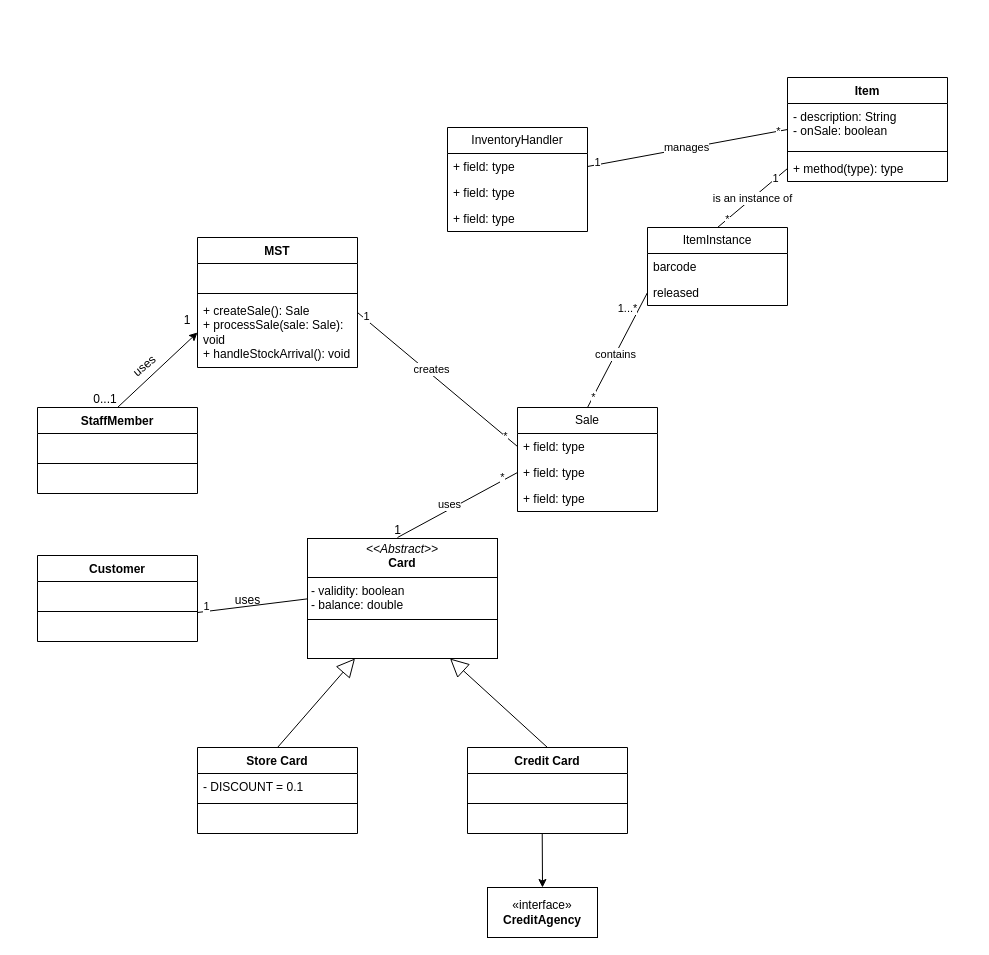
Above: page "Page-2" (2 of 2) of workshop5-week6.drawio in antonykimuom/SWEN30006-2025-SM1-workshop1-tuew05-14-00-team-12 (draw.io), before the change. Source tidied: cells renumbered, new cells numbered last; positions are measured from the earlier drawing's top-left corner, leaving out a move shared by most shapes. Both pictures are drawn from the tidied source at 100%, with x=0, y=0 at pixel (37, 77).
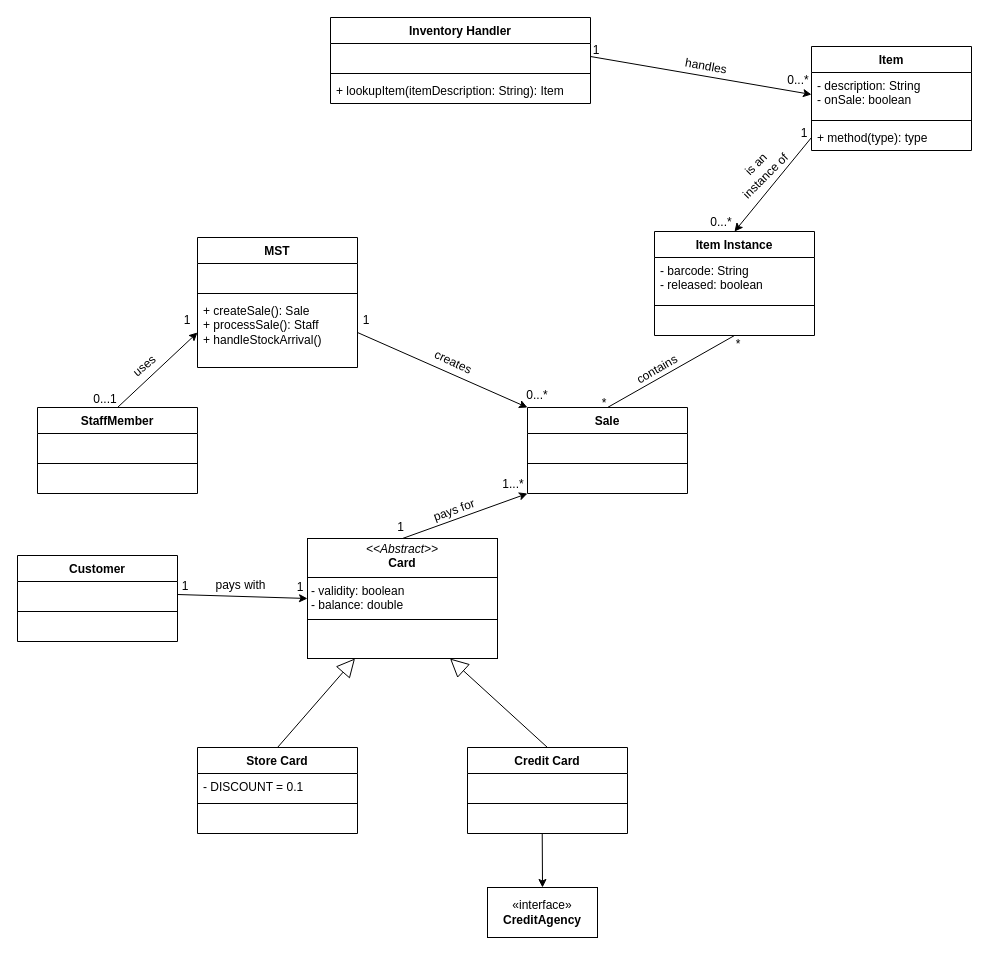
After the change.

The change refers to these unchanged cells:
```xml
<mxCell id="38" value="MST" style="swimlane;fontStyle=1;align=center;verticalAlign=top;horizontal=1;startSize=26;whiteSpace=wrap;html=1;" parent="1" vertex="1">
  <mxGeometry x="160" y="160" width="160" height="130" as="geometry" />
</mxCell>
<mxCell id="47" value="- description: String&lt;div&gt;- onSale: boolean&lt;/div&gt;" style="text;strokeColor=none;fillColor=none;align=left;verticalAlign=top;spacingLeft=4;spacingRight=4;overflow=hidden;points=[[0,0.5],[1,0.5]];portConstraint=eastwest;whiteSpace=wrap;html=1;" parent="46" vertex="1">
  <mxGeometry y="26" width="160" height="44" as="geometry" />
</mxCell>
<mxCell id="49" value="+ method(type): type" style="text;strokeColor=none;fillColor=none;align=left;verticalAlign=top;spacingLeft=4;spacingRight=4;overflow=hidden;points=[[0,0.5],[1,0.5]];portConstraint=eastwest;whiteSpace=wrap;html=1;" parent="46" vertex="1">
  <mxGeometry y="78" width="160" height="26" as="geometry" />
</mxCell>
<mxCell id="51" value="&lt;br&gt;&lt;div&gt;&lt;br&gt;&lt;/div&gt;" style="text;strokeColor=none;fillColor=none;align=left;verticalAlign=top;spacingLeft=4;spacingRight=4;overflow=hidden;points=[[0,0.5],[1,0.5]];portConstraint=eastwest;whiteSpace=wrap;html=1;" parent="50" vertex="1">
  <mxGeometry y="26" width="160" height="26" as="geometry" />
</mxCell>
<mxCell id="57" value="&lt;p style=&quot;margin:0px;margin-top:4px;text-align:center;&quot;&gt;&lt;i&gt;&amp;lt;&amp;lt;Abstract&amp;gt;&amp;gt;&lt;/i&gt;&lt;br&gt;&lt;b&gt;Card&lt;/b&gt;&lt;/p&gt;&lt;hr size=&quot;1&quot; style=&quot;border-style:solid;&quot;&gt;&lt;p style=&quot;margin:0px;margin-left:4px;&quot;&gt;- validity: boolean&lt;/p&gt;&lt;p style=&quot;margin:0px;margin-left:4px;&quot;&gt;- balance: double&lt;/p&gt;&lt;hr size=&quot;1&quot; style=&quot;border-style:solid;&quot;&gt;&lt;p style=&quot;margin:0px;margin-left:4px;&quot;&gt;&lt;br&gt;&lt;/p&gt;" style="verticalAlign=top;align=left;overflow=fill;html=1;whiteSpace=wrap;" parent="1" vertex="1">
  <mxGeometry x="270" y="461" width="190" height="120" as="geometry" />
</mxCell>
```

Diff of the diagram source:
```diff
@@
-    <mxCell id="2" value="ItemInstance" style="swimlane;fontStyle=0;horizontal=1;startSize=26;fillColor=none;whiteSpace=wrap;html=1;" parent="1" vertex="1">
-      <mxGeometry x="610" y="150" width="140" height="78" as="geometry" />
-    </mxCell>
-    <mxCell id="3" value="barcode" style="text;strokeColor=none;fillColor=none;align=left;verticalAlign=top;spacingLeft=4;spacingRight=4;overflow=hidden;whiteSpace=wrap;html=1;" parent="2" vertex="1">
-      <mxGeometry y="26" width="140" height="26" as="geometry" />
-    </mxCell>
-    <mxCell id="4" value="released" style="text;strokeColor=none;fillColor=none;align=left;verticalAlign=top;spacingLeft=4;spacingRight=4;overflow=hidden;points=[[0,0.5],[1,0.5]];portConstraint=eastwest;whiteSpace=wrap;html=1;" parent="2" vertex="1">
-      <mxGeometry y="52" width="140" height="26" as="geometry" />
-    </mxCell>
-    <mxCell id="5" value="Sale" style="swimlane;fontStyle=0;horizontal=1;startSize=26;fillColor=none;whiteSpace=wrap;html=1;" parent="1" vertex="1">
-      <mxGeometry x="480" y="330" width="140" height="104" as="geometry" />
-    </mxCell>
-    <mxCell id="6" value="+ field: type" style="text;strokeColor=none;fillColor=none;align=left;verticalAlign=top;spacingLeft=4;spacingRight=4;overflow=hidden;points=[[0,0.5],[1,0.5]];portConstraint=eastwest;whiteSpace=wrap;html=1;" parent="5" vertex="1">
-      <mxGeometry y="26" width="140" height="26" as="geometry" />
-    </mxCell>
-    <mxCell id="7" value="+ field: type" style="text;strokeColor=none;fillColor=none;align=left;verticalAlign=top;spacingLeft=4;spacingRight=4;overflow=hidden;points=[[0,0.5],[1,0.5]];portConstraint=eastwest;whiteSpace=wrap;html=1;" parent="5" vertex="1">
-      <mxGeometry y="52" width="140" height="26" as="geometry" />
-    </mxCell>
-    <mxCell id="8" value="+ field: type" style="text;strokeColor=none;fillColor=none;align=left;verticalAlign=top;spacingLeft=4;spacingRight=4;overflow=hidden;whiteSpace=wrap;html=1;" parent="5" vertex="1">
-      <mxGeometry y="78" width="140" height="26" as="geometry" />
-    </mxCell>
-    <mxCell id="9" style="endArrow=none;html=1;rounded=0;exitX=0.5;exitY=0;exitDx=0;exitDy=0;entryX=0;entryY=0.5;entryDx=0;entryDy=0;" parent="1" edge="1" target="7">
-      <mxGeometry relative="1" as="geometry">
-        <mxPoint x="360" y="460" as="sourcePoint" />
-      </mxGeometry>
-    </mxCell>
-    <mxCell id="10" value="uses" style="edgeLabel;html=1;align=center;verticalAlign=middle;" parent="9" vertex="1">
-      <mxGeometry x="-0.11" y="5" relative="1" as="geometry" />
-    </mxCell>
-    <mxCell id="11" value="*" style="edgeLabel;html=1;align=center;verticalAlign=middle;" parent="9" vertex="1">
-      <mxGeometry x="0.77" y="3" relative="1" as="geometry" />
-    </mxCell>
-    <mxCell id="12" style="endArrow=none;html=1;rounded=0;exitX=1;exitY=0.5;exitDx=0;exitDy=0;entryX=-0.007;entryY=1.269;entryDx=0;entryDy=0;entryPerimeter=0;" parent="1" edge="1">
-      <mxGeometry relative="1" as="geometry">
-        <mxPoint x="160" y="535" as="sourcePoint" />
-        <mxPoint x="289" y="519" as="targetPoint" />
-      </mxGeometry>
-    </mxCell>
-    <mxCell id="13" value="1" style="edgeLabel;html=1;align=center;verticalAlign=middle;" parent="12" vertex="1">
-      <mxGeometry x="-0.86" y="5" relative="1" as="geometry" />
-    </mxCell>
-    <mxCell id="14" style="endArrow=none;html=1;rounded=0;entryX=0;entryY=0.5;entryDx=0;entryDy=0;exitX=1;exitY=0.5;exitDx=0;exitDy=0;" parent="1" edge="1" target="6">
-      <mxGeometry relative="1" as="geometry">
-        <mxPoint x="320" y="235" as="sourcePoint" />
-      </mxGeometry>
-    </mxCell>
-    <mxCell id="15" value="creates" style="edgeLabel;html=1;align=center;verticalAlign=middle;" parent="14" vertex="1">
-      <mxGeometry x="-0.11" y="4" relative="1" as="geometry" />
-    </mxCell>
-    <mxCell id="16" value="1" style="edgeLabel;html=1;align=center;verticalAlign=middle;" parent="14" vertex="1">
-      <mxGeometry x="-0.91" y="3" relative="1" as="geometry" />
-    </mxCell>
-    <mxCell id="17" value="*" style="edgeLabel;html=1;align=center;verticalAlign=middle;" parent="14" vertex="1">
-      <mxGeometry x="0.85" relative="1" as="geometry" />
-    </mxCell>
-    <mxCell id="18" style="endArrow=none;html=1;rounded=0;entryX=0;entryY=0.5;entryDx=0;entryDy=0;exitX=0.5;exitY=0;exitDx=0;exitDy=0;" parent="1" edge="1" source="5" target="4">
-      <mxGeometry relative="1" as="geometry" />
-    </mxCell>
-    <mxCell id="19" value="contains" style="edgeLabel;html=1;align=center;verticalAlign=middle;" parent="18" vertex="1">
-      <mxGeometry x="-0.07" relative="1" as="geometry" />
-    </mxCell>
-    <mxCell id="20" value="*" style="edgeLabel;html=1;align=center;verticalAlign=middle;" parent="18" vertex="1">
-      <mxGeometry x="-0.82" relative="1" as="geometry" />
-    </mxCell>
-    <mxCell id="21" value="1...*" style="edgeLabel;html=1;align=center;verticalAlign=middle;" parent="18" vertex="1">
-      <mxGeometry x="0.81" y="1" relative="1" as="geometry">
-        <mxPoint x="-14" y="5" as="offset" />
-      </mxGeometry>
-    </mxCell>
-    <mxCell id="22" value="InventoryHandler" style="swimlane;fontStyle=0;horizontal=1;startSize=26;fillColor=none;whiteSpace=wrap;html=1;" parent="1" vertex="1">
-      <mxGeometry x="410" y="50" width="140" height="104" as="geometry" />
-    </mxCell>
-    <mxCell id="23" value="+ field: type" style="text;strokeColor=none;fillColor=none;align=left;verticalAlign=top;spacingLeft=4;spacingRight=4;overflow=hidden;points=[[0,0.5],[1,0.5]];portConstraint=eastwest;whiteSpace=wrap;html=1;" parent="22" vertex="1">
-      <mxGeometry y="26" width="140" height="26" as="geometry" />
-    </mxCell>
-    <mxCell id="24" value="+ field: type" style="text;strokeColor=none;fillColor=none;align=left;verticalAlign=top;spacingLeft=4;spacingRight=4;overflow=hidden;whiteSpace=wrap;html=1;" parent="22" vertex="1">
-      <mxGeometry y="52" width="140" height="26" as="geometry" />
-    </mxCell>
-    <mxCell id="25" value="+ field: type" style="text;strokeColor=none;fillColor=none;align=left;verticalAlign=top;spacingLeft=4;spacingRight=4;overflow=hidden;whiteSpace=wrap;html=1;" parent="22" vertex="1">
-      <mxGeometry y="78" width="140" height="26" as="geometry" />
-    </mxCell>
-    <mxCell id="26" style="endArrow=none;html=1;rounded=0;entryX=1;entryY=0.5;entryDx=0;entryDy=0;exitX=0;exitY=0.5;exitDx=0;exitDy=0;" parent="1" edge="1" source="46" target="23">
-      <mxGeometry relative="1" as="geometry" />
-    </mxCell>
-    <mxCell id="27" value="manages" style="edgeLabel;html=1;align=center;verticalAlign=middle;" parent="26" vertex="1">
-      <mxGeometry x="0.01" y="-1" relative="1" as="geometry" />
-    </mxCell>
-    <mxCell id="28" value="*" style="edgeLabel;html=1;align=center;verticalAlign=middle;" parent="26" vertex="1">
-      <mxGeometry x="-0.9" relative="1" as="geometry" />
-    </mxCell>
-    <mxCell id="29" value="1" style="edgeLabel;html=1;align=center;verticalAlign=middle;" parent="26" vertex="1">
-      <mxGeometry x="0.9" y="-3" relative="1" as="geometry" />
-    </mxCell>
-    <mxCell id="30" style="endArrow=none;html=1;rounded=0;exitX=0.5;exitY=0;exitDx=0;exitDy=0;entryX=0;entryY=0.5;entryDx=0;entryDy=0;" parent="1" edge="1" source="2" target="49">
-      <mxGeometry relative="1" as="geometry" />
-    </mxCell>
-    <mxCell id="31" value="is an instance of" style="edgeLabel;html=1;align=center;verticalAlign=middle;" parent="30" vertex="1">
-      <mxGeometry x="-0.02" relative="1" as="geometry" />
-    </mxCell>
-    <mxCell id="32" value="*" style="edgeLabel;html=1;align=center;verticalAlign=middle;" parent="30" vertex="1">
-      <mxGeometry x="-0.72" relative="1" as="geometry" />
-    </mxCell>
-    <mxCell id="33" value="1" style="edgeLabel;html=1;align=center;verticalAlign=middle;" parent="30" vertex="1">
-      <mxGeometry x="0.67" y="1" relative="1" as="geometry" />
-    </mxCell>
@@
     <mxCell id="35" value="1" style="text;html=1;align=center;verticalAlign=middle;strokeColor=none;fillColor=none;" parent="1" vertex="1">
-      <mxGeometry x="345" y="438" width="30" height="30" as="geometry" />
+      <mxGeometry x="348" y="435" width="30" height="30" as="geometry" />
     </mxCell>
-    <mxCell id="36" value="uses" style="text;html=1;align=center;verticalAlign=middle;strokeColor=none;fillColor=none;" parent="1" vertex="1">
-      <mxGeometry x="185" y="508" width="50" height="30" as="geometry" />
+    <mxCell id="36" value="pays with" style="text;html=1;align=center;verticalAlign=middle;strokeColor=none;fillColor=none;" parent="1" vertex="1">
+      <mxGeometry x="168" y="493" width="70" height="30" as="geometry" />
     </mxCell>
@@
-    <mxCell id="41" value="+ createSale(): Sale&lt;div&gt;+ processSale(sale: Sale): void&lt;/div&gt;&lt;div&gt;+ handleStockArrival(): void&lt;/div&gt;" style="text;strokeColor=none;fillColor=none;align=left;verticalAlign=top;spacingLeft=4;spacingRight=4;overflow=hidden;points=[[0,0.5],[1,0.5]];portConstraint=eastwest;whiteSpace=wrap;html=1;" parent="38" vertex="1">
+    <mxCell id="41" value="+ createSale(): Sale&lt;div&gt;+ processSale(): Staff&lt;/div&gt;&lt;div&gt;+ handleStockArrival()&lt;/div&gt;" style="text;strokeColor=none;fillColor=none;align=left;verticalAlign=top;spacingLeft=4;spacingRight=4;overflow=hidden;points=[[0,0.5],[1,0.5]];portConstraint=eastwest;whiteSpace=wrap;html=1;" parent="38" vertex="1">
       <mxGeometry y="60" width="160" height="70" as="geometry" />
     </mxCell>
@@
     <mxCell id="46" value="Item" style="swimlane;fontStyle=1;align=center;verticalAlign=top;horizontal=1;startSize=26;whiteSpace=wrap;html=1;" parent="1" vertex="1">
-      <mxGeometry x="750" width="160" height="104" as="geometry" />
+      <mxGeometry x="774" y="-31" width="160" height="104" as="geometry" />
     </mxCell>
@@
     <mxCell id="50" value="Customer" style="swimlane;fontStyle=1;align=center;verticalAlign=top;horizontal=1;startSize=26;whiteSpace=wrap;html=1;" parent="1" vertex="1">
-      <mxGeometry y="478" width="160" height="86" as="geometry" />
+      <mxGeometry x="-20" y="478" width="160" height="86" as="geometry" />
     </mxCell>
@@
+    <mxCell id="5" value="Sale" style="swimlane;fontStyle=1;align=center;verticalAlign=top;horizontal=1;startSize=26;whiteSpace=wrap;html=1;" parent="1" vertex="1">
+      <mxGeometry x="490" y="330" width="160" height="86" as="geometry" />
+    </mxCell>
+    <mxCell id="70" value="&lt;br&gt;&lt;div&gt;&lt;br&gt;&lt;/div&gt;" style="text;strokeColor=none;fillColor=none;align=left;verticalAlign=top;spacingLeft=4;spacingRight=4;overflow=hidden;whiteSpace=wrap;html=1;" parent="5" vertex="1">
+      <mxGeometry y="26" width="160" height="26" as="geometry" />
+    </mxCell>
+    <mxCell id="71" style="line;strokeWidth=1;fillColor=none;align=left;verticalAlign=middle;spacingTop=-1;spacingLeft=3;spacingRight=3;labelPosition=right;strokeColor=inherit;" parent="5" vertex="1">
+      <mxGeometry y="52" width="160" height="8" as="geometry" />
+    </mxCell>
+    <mxCell id="72" value="&lt;br&gt;&lt;div&gt;&lt;br&gt;&lt;/div&gt;" style="text;strokeColor=none;fillColor=none;align=left;verticalAlign=top;spacingLeft=4;spacingRight=4;overflow=hidden;whiteSpace=wrap;html=1;" parent="5" vertex="1">
+      <mxGeometry y="60" width="160" height="26" as="geometry" />
+    </mxCell>
@@
+    <mxCell id="73" style="endArrow=classic;html=1;rounded=0;exitX=1;exitY=0.5;exitDx=0;exitDy=0;entryX=0;entryY=0.5;entryDx=0;entryDy=0;" parent="1" edge="1" source="51" target="57">
+      <mxGeometry relative="1" as="geometry" />
+    </mxCell>
@@
+    <mxCell id="74" value="1" style="text;html=1;align=center;verticalAlign=middle;whiteSpace=wrap;rounded=0;" parent="1" vertex="1">
+      <mxGeometry x="118" y="494" width="60" height="30" as="geometry" />
+    </mxCell>
+    <mxCell id="75" value="1" style="text;html=1;align=center;verticalAlign=middle;whiteSpace=wrap;rounded=0;" parent="1" vertex="1">
+      <mxGeometry x="233" y="495" width="60" height="30" as="geometry" />
+    </mxCell>
+    <mxCell id="76" style="endArrow=classic;html=1;rounded=0;entryX=0;entryY=1;entryDx=0;entryDy=0;exitX=0.5;exitY=0;exitDx=0;exitDy=0;" parent="1" edge="1" source="57" target="5">
+      <mxGeometry relative="1" as="geometry" />
+    </mxCell>
+    <mxCell id="21" value="1...*" style="text;html=1;align=center;verticalAlign=middle;whiteSpace=wrap;rounded=0;" parent="1" vertex="1">
+      <mxGeometry x="446" y="392" width="60" height="30" as="geometry" />
+    </mxCell>
+    <mxCell id="77" value="pays for" style="text;html=1;align=center;verticalAlign=middle;whiteSpace=wrap;rounded=0;rotation=-20;" parent="1" vertex="1">
+      <mxGeometry x="387" y="418" width="60" height="30" as="geometry" />
+    </mxCell>
+    <mxCell id="78" style="endArrow=classic;html=1;rounded=0;exitX=1;exitY=0.5;exitDx=0;exitDy=0;entryX=0;entryY=0;entryDx=0;entryDy=0;" parent="1" edge="1" source="41" target="5">
+      <mxGeometry relative="1" as="geometry" />
+    </mxCell>
+    <mxCell id="79" value="1" style="text;html=1;align=center;verticalAlign=middle;whiteSpace=wrap;rounded=0;" parent="1" vertex="1">
+      <mxGeometry x="299" y="228" width="60" height="30" as="geometry" />
+    </mxCell>
+    <mxCell id="80" value="0...*" style="text;html=1;align=center;verticalAlign=middle;whiteSpace=wrap;rounded=0;" parent="1" vertex="1">
+      <mxGeometry x="470" y="303" width="60" height="30" as="geometry" />
+    </mxCell>
+    <mxCell id="15" value="creates" style="text;html=1;align=center;verticalAlign=middle;whiteSpace=wrap;rounded=0;rotation=25;" parent="1" vertex="1">
+      <mxGeometry x="386" y="270" width="60" height="30" as="geometry" />
+    </mxCell>
+    <mxCell id="81" value="Item Instance" style="swimlane;fontStyle=1;align=center;verticalAlign=top;horizontal=1;startSize=26;whiteSpace=wrap;html=1;" parent="1" vertex="1">
+      <mxGeometry x="617" y="154" width="160" height="104" as="geometry" />
+    </mxCell>
+    <mxCell id="82" value="- barcode: String&lt;div&gt;- released: boolean&lt;/div&gt;" style="text;strokeColor=none;fillColor=none;align=left;verticalAlign=top;spacingLeft=4;spacingRight=4;overflow=hidden;whiteSpace=wrap;html=1;" parent="81" vertex="1">
+      <mxGeometry y="26" width="160" height="44" as="geometry" />
+    </mxCell>
+    <mxCell id="83" style="line;strokeWidth=1;fillColor=none;align=left;verticalAlign=middle;spacingTop=-1;spacingLeft=3;spacingRight=3;labelPosition=right;strokeColor=inherit;" parent="81" vertex="1">
+      <mxGeometry y="70" width="160" height="8" as="geometry" />
+    </mxCell>
+    <mxCell id="84" value="&lt;br&gt;&lt;div&gt;&lt;br&gt;&lt;/div&gt;" style="text;strokeColor=none;fillColor=none;align=left;verticalAlign=top;spacingLeft=4;spacingRight=4;overflow=hidden;whiteSpace=wrap;html=1;" parent="81" vertex="1">
+      <mxGeometry y="78" width="160" height="26" as="geometry" />
+    </mxCell>
+    <mxCell id="85" style="endArrow=none;html=1;rounded=0;entryX=0.5;entryY=1;entryDx=0;entryDy=0;exitX=0.5;exitY=0;exitDx=0;exitDy=0;" parent="1" edge="1" source="5" target="81">
+      <mxGeometry relative="1" as="geometry" />
+    </mxCell>
+    <mxCell id="86" value="*" style="text;html=1;align=center;verticalAlign=middle;whiteSpace=wrap;rounded=0;" parent="1" vertex="1">
+      <mxGeometry x="537" y="311" width="60" height="30" as="geometry" />
+    </mxCell>
+    <mxCell id="87" value="*" style="text;html=1;align=center;verticalAlign=middle;whiteSpace=wrap;rounded=0;" parent="1" vertex="1">
+      <mxGeometry x="671" y="252" width="60" height="30" as="geometry" />
+    </mxCell>
+    <mxCell id="19" value="contains" style="text;html=1;align=center;verticalAlign=middle;whiteSpace=wrap;rounded=0;rotation=-30;" parent="1" vertex="1">
+      <mxGeometry x="590" y="277" width="60" height="30" as="geometry" />
+    </mxCell>
+    <mxCell id="88" style="endArrow=classic;html=1;rounded=0;entryX=0.5;entryY=0;entryDx=0;entryDy=0;exitX=0;exitY=0.5;exitDx=0;exitDy=0;" parent="1" edge="1" source="49" target="81">
+      <mxGeometry relative="1" as="geometry" />
+    </mxCell>
+    <mxCell id="89" value="1" style="text;html=1;align=center;verticalAlign=middle;whiteSpace=wrap;rounded=0;" parent="1" vertex="1">
+      <mxGeometry x="737" y="41" width="60" height="30" as="geometry" />
+    </mxCell>
+    <mxCell id="90" value="0...*" style="text;html=1;align=center;verticalAlign=middle;whiteSpace=wrap;rounded=0;" parent="1" vertex="1">
+      <mxGeometry x="654" y="130" width="60" height="30" as="geometry" />
+    </mxCell>
+    <mxCell id="31" value="is an instance of&amp;nbsp;" style="text;html=1;align=center;verticalAlign=middle;whiteSpace=wrap;rounded=0;rotation=-45;" parent="1" vertex="1">
+      <mxGeometry x="689" y="77" width="70" height="30" as="geometry" />
+    </mxCell>
+    <mxCell id="91" value="Inventory Handler" style="swimlane;fontStyle=1;align=center;verticalAlign=top;horizontal=1;startSize=26;whiteSpace=wrap;html=1;" parent="1" vertex="1">
+      <mxGeometry x="293" y="-60" width="260" height="86" as="geometry" />
+    </mxCell>
+    <mxCell id="92" value="&lt;br&gt;&lt;div&gt;&lt;br&gt;&lt;/div&gt;" style="text;strokeColor=none;fillColor=none;align=left;verticalAlign=top;spacingLeft=4;spacingRight=4;overflow=hidden;points=[[0,0.5],[1,0.5]];portConstraint=eastwest;whiteSpace=wrap;html=1;" parent="91" vertex="1">
+      <mxGeometry y="26" width="260" height="26" as="geometry" />
+    </mxCell>
+    <mxCell id="93" style="line;strokeWidth=1;fillColor=none;align=left;verticalAlign=middle;spacingTop=-1;spacingLeft=3;spacingRight=3;labelPosition=right;strokeColor=inherit;" parent="91" vertex="1">
+      <mxGeometry y="52" width="260" height="8" as="geometry" />
+    </mxCell>
+    <mxCell id="94" value="&lt;div&gt;+ lookupItem(itemDescription: String): Item&lt;/div&gt;" style="text;strokeColor=none;fillColor=none;align=left;verticalAlign=top;spacingLeft=4;spacingRight=4;overflow=hidden;whiteSpace=wrap;html=1;" parent="91" vertex="1">
+      <mxGeometry y="60" width="260" height="26" as="geometry" />
+    </mxCell>
+    <mxCell id="95" style="endArrow=classic;html=1;rounded=0;exitX=1;exitY=0.5;exitDx=0;exitDy=0;entryX=0;entryY=0.5;entryDx=0;entryDy=0;" parent="1" edge="1" source="92" target="47">
+      <mxGeometry relative="1" as="geometry" />
+    </mxCell>
+    <mxCell id="96" value="1" style="text;html=1;align=center;verticalAlign=middle;whiteSpace=wrap;rounded=0;" parent="1" vertex="1">
+      <mxGeometry x="529" y="-42" width="60" height="30" as="geometry" />
+    </mxCell>
+    <mxCell id="97" value="0...*" style="text;html=1;align=center;verticalAlign=middle;whiteSpace=wrap;rounded=0;" parent="1" vertex="1">
+      <mxGeometry x="731" y="-12" width="60" height="30" as="geometry" />
+    </mxCell>
+    <mxCell id="98" value="handles" style="text;html=1;align=center;verticalAlign=middle;whiteSpace=wrap;rounded=0;rotation=10;" parent="1" vertex="1">
+      <mxGeometry x="639" y="-26" width="60" height="30" as="geometry" />
+    </mxCell>
```
